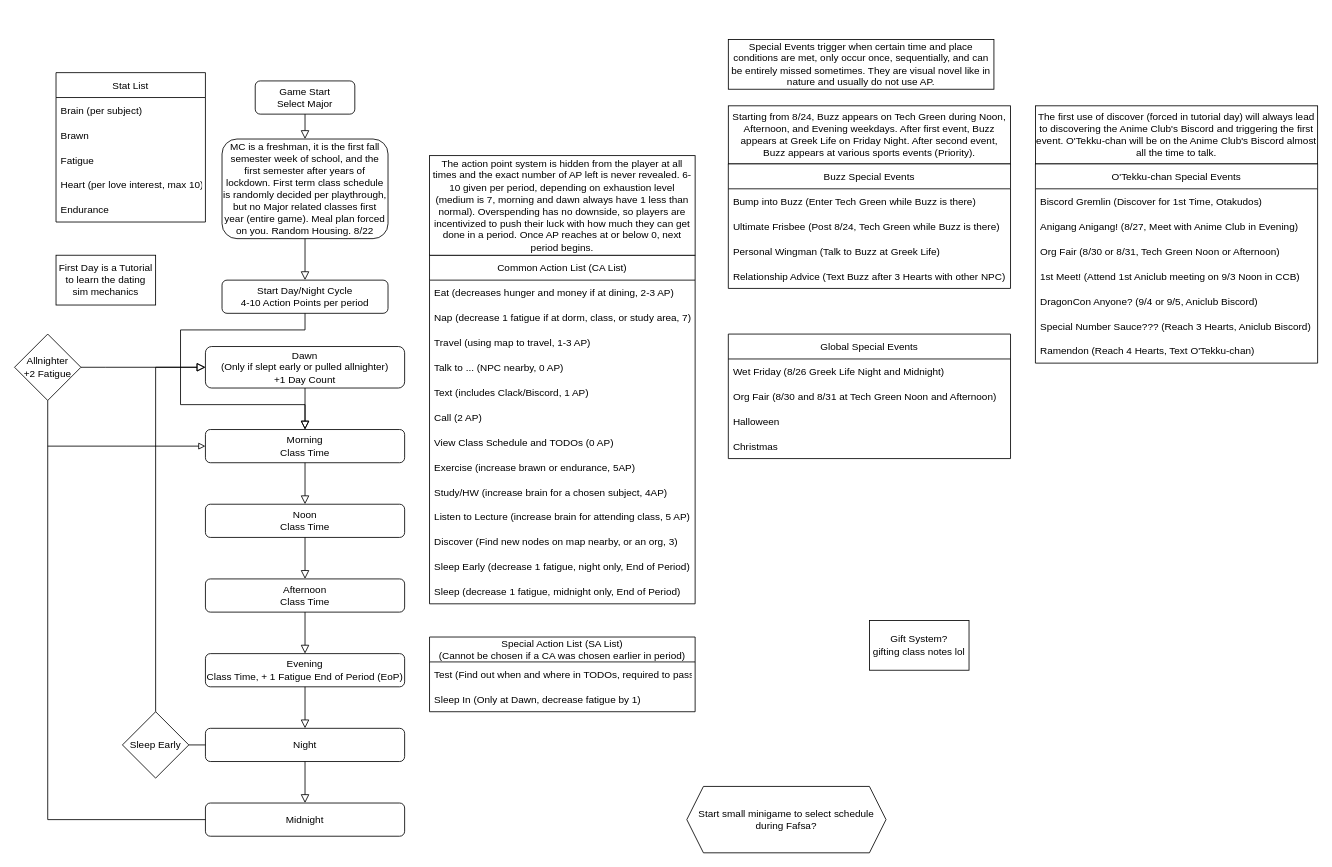
Earlier version of the draw.io diagram page "script" (1 of 2) of story_flowchart.drawio (DKingOfSpades/GTVN). Source tidied: cells renumbered, new cells numbered last; positions are measured from the earlier drawing's top-left corner, leaving out a move shared by most shapes. Both pictures are drawn from the tidied source at 83%, with x=0, y=0 at pixel (14, 39).
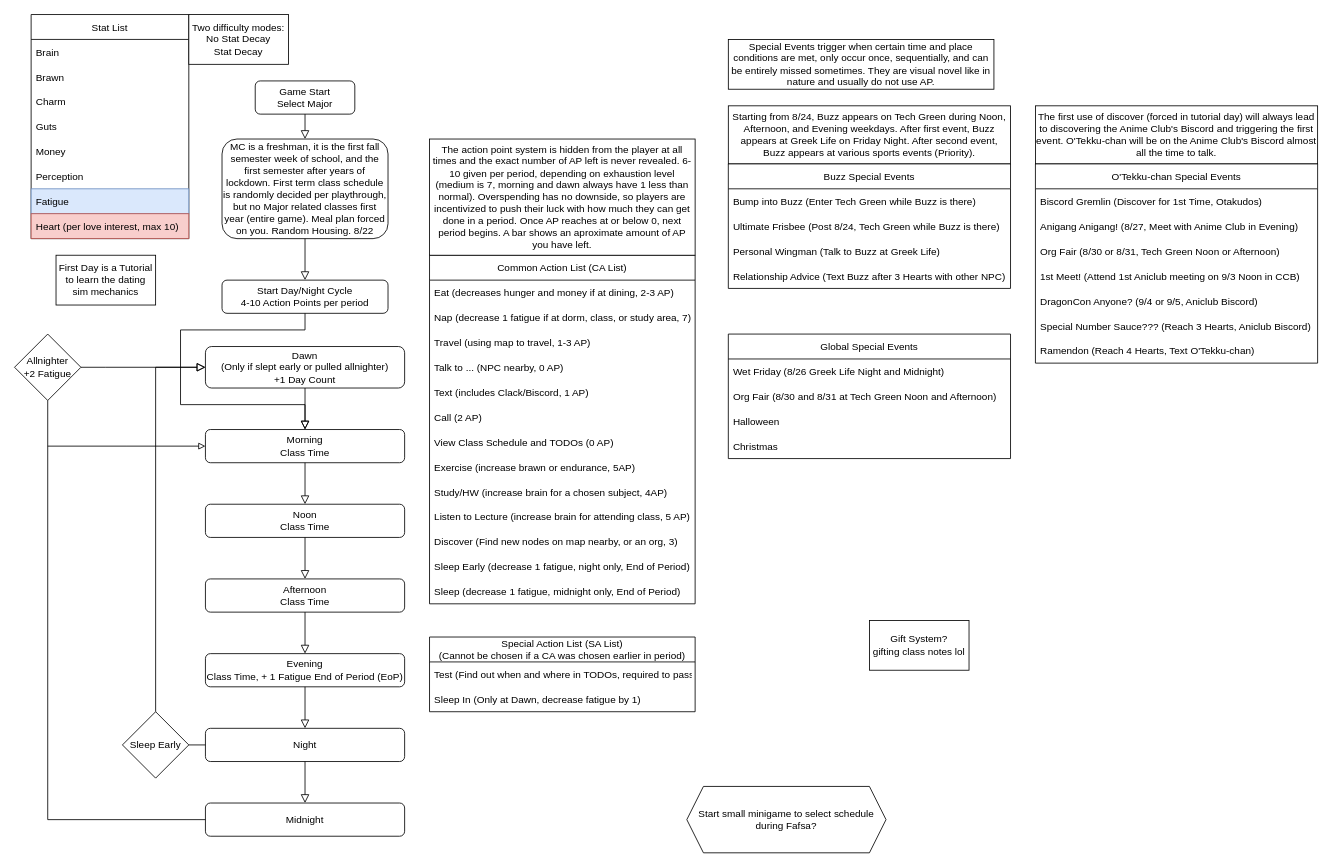
Above is the later version.

Diff of the diagram source:
```diff
@@
-    <mxCell id="43" value="The action point system is hidden from the player at all times and the exact number of AP left is never revealed. 6-10 given per period, depending on exhaustion level (medium is 7, morning and dawn always have 1 less than normal). Overspending has no downside, so players are incentivized to push their luck with how much they can get done in a period. Once AP reaches at or below 0, next period begins." style="rounded=0;whiteSpace=wrap;html=1;align=center;" parent="1" vertex="1">
-      <mxGeometry x="500" y="140" width="320" height="120" as="geometry" />
+    <mxCell id="43" value="The action point system is hidden from the player at all times and the exact number of AP left is never revealed. 6-10 given per period, depending on exhaustion level (medium is 7, morning and dawn always have 1 less than normal). Overspending has no downside, so players are incentivized to push their luck with how much they can get done in a period. Once AP reaches at or below 0, next period begins. A bar shows an aproximate amount of AP you have left." style="rounded=0;whiteSpace=wrap;html=1;align=center;" parent="1" vertex="1">
+      <mxGeometry x="500" y="120" width="320" height="140" as="geometry" />
     </mxCell>
@@
     <mxCell id="47" value="Stat List" style="swimlane;fontStyle=0;horizontal=1;startSize=30;" parent="1" vertex="1">
-      <mxGeometry x="50" y="40" width="180" height="180" as="geometry" />
+      <mxGeometry x="20" y="-30" width="190" height="270" as="geometry" />
     </mxCell>
-    <mxCell id="48" value="Brain (per subject)" style="text;strokeColor=none;fillColor=none;align=left;verticalAlign=middle;spacingLeft=4;spacingRight=4;overflow=hidden;" parent="47" vertex="1">
-      <mxGeometry y="30" width="180" height="30" as="geometry" />
+    <mxCell id="48" value="Brain" style="text;strokeColor=none;fillColor=none;align=left;verticalAlign=middle;spacingLeft=4;spacingRight=4;overflow=hidden;" parent="47" vertex="1">
+      <mxGeometry y="30" width="190" height="30" as="geometry" />
     </mxCell>
     <mxCell id="49" value="Brawn" style="text;strokeColor=none;fillColor=none;align=left;verticalAlign=middle;spacingLeft=4;spacingRight=4;overflow=hidden;" parent="47" vertex="1">
-      <mxGeometry y="60" width="180" height="30" as="geometry" />
+      <mxGeometry y="60" width="190" height="30" as="geometry" />
     </mxCell>
+    <mxCell id="76" value="Charm" style="text;strokeColor=none;fillColor=none;align=left;verticalAlign=middle;spacingLeft=4;spacingRight=4;overflow=hidden;" parent="47" vertex="1">
+      <mxGeometry y="90" width="190" height="30" as="geometry" />
+    </mxCell>
+    <mxCell id="77" value="Guts" style="text;strokeColor=none;fillColor=none;align=left;verticalAlign=middle;spacingLeft=4;spacingRight=4;overflow=hidden;" parent="47" vertex="1">
+      <mxGeometry y="120" width="190" height="30" as="geometry" />
+    </mxCell>
+    <mxCell id="52" value="Money" style="text;strokeColor=none;fillColor=none;align=left;verticalAlign=middle;spacingLeft=4;spacingRight=4;overflow=hidden;" parent="47" vertex="1">
+      <mxGeometry y="150" width="190" height="30" as="geometry" />
+    </mxCell>
+    <mxCell id="78" value="Perception" style="text;strokeColor=none;fillColor=none;align=left;verticalAlign=middle;spacingLeft=4;spacingRight=4;overflow=hidden;" parent="47" vertex="1">
+      <mxGeometry y="180" width="190" height="30" as="geometry" />
+    </mxCell>
-    <mxCell id="50" value="Fatigue" style="text;strokeColor=none;fillColor=none;align=left;verticalAlign=middle;spacingLeft=4;spacingRight=4;overflow=hidden;" parent="47" vertex="1">
-      <mxGeometry y="90" width="180" height="30" as="geometry" />
+    <mxCell id="50" value="Fatigue" style="text;strokeColor=#6c8ebf;fillColor=#dae8fc;align=left;verticalAlign=middle;spacingLeft=4;spacingRight=4;overflow=hidden;" parent="47" vertex="1">
+      <mxGeometry y="210" width="190" height="30" as="geometry" />
     </mxCell>
-    <mxCell id="51" value="Heart (per love interest, max 10)" style="text;strokeColor=none;fillColor=none;align=left;verticalAlign=middle;spacingLeft=4;spacingRight=4;overflow=hidden;" parent="47" vertex="1">
-      <mxGeometry y="120" width="180" height="30" as="geometry" />
+    <mxCell id="51" value="Heart (per love interest, max 10)" style="text;strokeColor=#b85450;fillColor=#f8cecc;align=left;verticalAlign=middle;spacingLeft=4;spacingRight=4;overflow=hidden;" parent="47" vertex="1">
+      <mxGeometry y="240" width="190" height="30" as="geometry" />
     </mxCell>
-    <mxCell id="52" value="Endurance" style="text;strokeColor=none;fillColor=none;align=left;verticalAlign=middle;spacingLeft=4;spacingRight=4;overflow=hidden;" parent="47" vertex="1">
-      <mxGeometry y="150" width="180" height="30" as="geometry" />
-    </mxCell>
@@
+    <mxCell id="79" value="Two difficulty modes:&lt;br&gt;No Stat Decay&lt;br&gt;Stat Decay" style="rounded=0;whiteSpace=wrap;html=1;strokeColor=default;" parent="1" vertex="1">
+      <mxGeometry x="210" y="-30" width="120" height="60" as="geometry" />
+    </mxCell>
```
